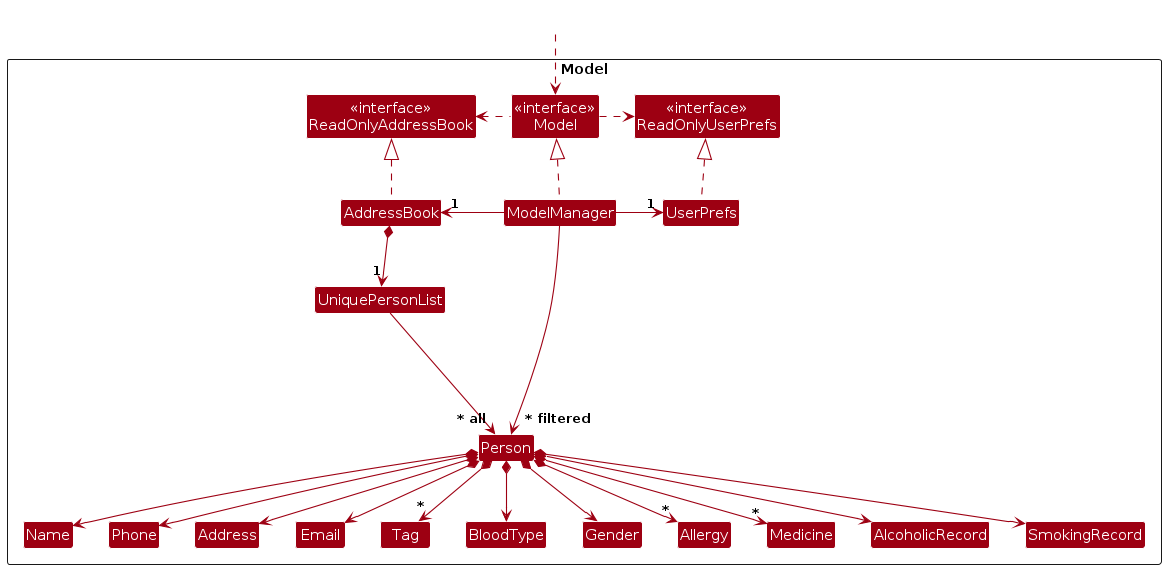
The PlantUML diagram diagrams/ModelClassDiagram.png in AY2526S1-CS2103T-F11-1/tp, before a commit. Its source is kept beside it as diagrams/ModelClassDiagram.puml.
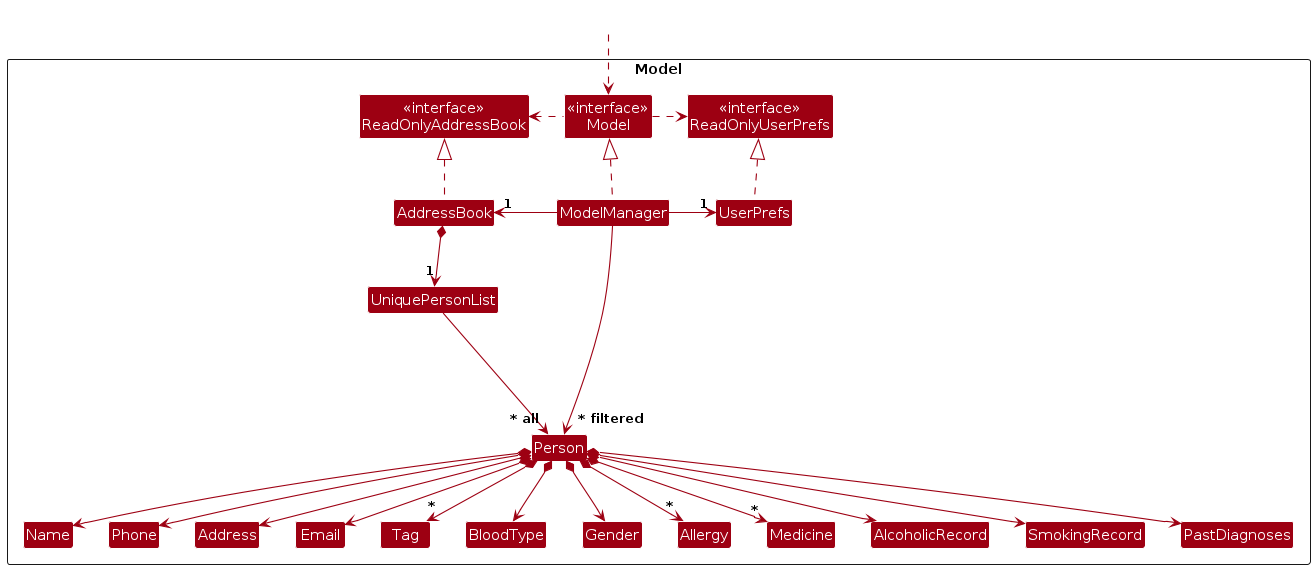
Later version of the same file.

Diff of the diagram source:
```diff
@@ -25,6 +25,7 @@
 Class Medicine
 Class AlcoholicRecord
 Class SmokingRecord
+Class PastDiagnoses
 
 Class I #FFFFFF
 }
@@ -54,6 +55,7 @@
 Person *--> "*" Allergy
 Person *--> AlcoholicRecord
 Person *--> SmokingRecord
+Person *--> PastDiagnoses
 
 Person -[hidden]up--> I
 UniquePersonList -[hidden]right-> I
```
